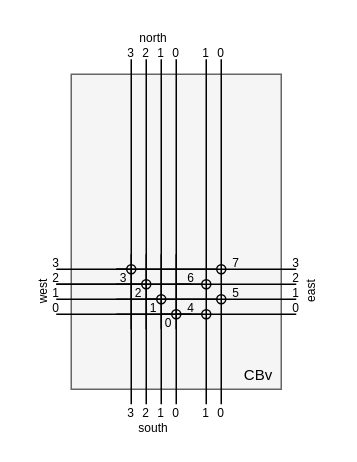
Before: architecture/CBv-architectuire.drawio in mnemocron/my-discrete-fpga, a draw.io diagram. Source tidied: cells renumbered, new cells numbered last; positions are measured from the earlier drawing's top-left corner, leaving out a move shared by most shapes. Both pictures are drawn from the tidied source at 150%, with x=0, y=0 at pixel (3, 28).
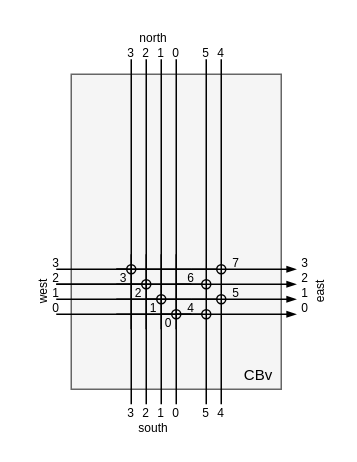
The same page after the edit.

Diff of the diagram source:
```diff
@@
-    <mxCell id="25" style="endArrow=none;html=1;rounded=0;strokeWidth=1;fontSize=10;startSize=3;endSize=3;" parent="1" edge="1">
+    <mxCell id="25" style="endArrow=blockThin;html=1;rounded=0;strokeWidth=1;fontSize=10;startSize=3;endSize=4;endFill=1;" parent="1" edge="1">
       <mxGeometry relative="1" as="geometry">
         <mxPoint x="35" y="160" as="sourcePoint" />
         <mxPoint x="195" y="160" as="targetPoint" />
       </mxGeometry>
     </mxCell>
@@
-    <mxCell id="27" style="endArrow=none;html=1;rounded=0;strokeWidth=1;fontSize=10;startSize=3;endSize=3;" parent="1" edge="1">
+    <mxCell id="27" style="endArrow=blockThin;html=1;rounded=0;strokeWidth=1;fontSize=10;startSize=3;endSize=4;endFill=1;" parent="1" edge="1">
       <mxGeometry relative="1" as="geometry">
         <mxPoint x="35" y="180" as="sourcePoint" />
         <mxPoint x="195" y="180" as="targetPoint" />
       </mxGeometry>
     </mxCell>
-    <mxCell id="28" style="endArrow=none;html=1;rounded=0;strokeWidth=1;fontSize=10;startSize=3;endSize=3;" parent="1" edge="1">
+    <mxCell id="28" style="endArrow=blockThin;html=1;rounded=0;strokeWidth=1;fontSize=10;startSize=3;endSize=4;endFill=1;" parent="1" edge="1">
       <mxGeometry relative="1" as="geometry">
         <mxPoint x="35" y="190" as="sourcePoint" />
         <mxPoint x="195" y="190" as="targetPoint" />
       </mxGeometry>
     </mxCell>
@@
-    <mxCell id="33" style="endArrow=none;html=1;rounded=0;strokeWidth=1;fontSize=10;startSize=3;endSize=3;" parent="1" edge="1">
+    <mxCell id="33" style="endArrow=blockThin;html=1;rounded=0;strokeWidth=1;fontSize=10;startSize=3;endSize=4;endFill=1;" parent="1" edge="1">
       <mxGeometry relative="1" as="geometry">
         <mxPoint x="35" y="170" as="sourcePoint" />
         <mxPoint x="195" y="170" as="targetPoint" />
       </mxGeometry>
     </mxCell>
@@
     <mxCell id="40" value="&lt;font style=&quot;font-size: 8px;&quot;&gt;3&lt;/font&gt;" style="text;html=1;strokeColor=none;fillColor=none;align=center;verticalAlign=middle;whiteSpace=wrap;rounded=0;" parent="1" vertex="1">
-      <mxGeometry x="185" y="150" width="20" height="10" as="geometry" />
+      <mxGeometry x="191.2" y="150" width="20" height="10" as="geometry" />
     </mxCell>
     <mxCell id="41" value="&lt;span style=&quot;font-size: 8px;&quot;&gt;2&lt;/span&gt;" style="text;html=1;strokeColor=none;fillColor=none;align=center;verticalAlign=middle;whiteSpace=wrap;rounded=0;" parent="1" vertex="1">
-      <mxGeometry x="185" y="160" width="20" height="10" as="geometry" />
+      <mxGeometry x="191.2" y="160" width="20" height="10" as="geometry" />
     </mxCell>
     <mxCell id="42" value="&lt;font style=&quot;font-size: 8px;&quot;&gt;1&lt;/font&gt;" style="text;html=1;strokeColor=none;fillColor=none;align=center;verticalAlign=middle;whiteSpace=wrap;rounded=0;" parent="1" vertex="1">
-      <mxGeometry x="185" y="170" width="20" height="10" as="geometry" />
+      <mxGeometry x="191.2" y="170" width="20" height="10" as="geometry" />
     </mxCell>
     <mxCell id="43" value="&lt;font style=&quot;font-size: 8px;&quot;&gt;0&lt;/font&gt;" style="text;html=1;strokeColor=none;fillColor=none;align=center;verticalAlign=middle;whiteSpace=wrap;rounded=0;" parent="1" vertex="1">
-      <mxGeometry x="185" y="180" width="20" height="10" as="geometry" />
+      <mxGeometry x="191.2" y="180" width="20" height="10" as="geometry" />
     </mxCell>
@@
-    <mxCell id="48" value="&lt;font style=&quot;font-size: 8px;&quot;&gt;1&lt;/font&gt;" style="text;html=1;strokeColor=none;fillColor=none;align=center;verticalAlign=middle;whiteSpace=wrap;rounded=0;" parent="1" vertex="1">
+    <mxCell id="48" value="&lt;font style=&quot;font-size: 8px;&quot;&gt;5&lt;/font&gt;" style="text;html=1;strokeColor=none;fillColor=none;align=center;verticalAlign=middle;whiteSpace=wrap;rounded=0;" parent="1" vertex="1">
       <mxGeometry x="125" y="10" width="20" height="10" as="geometry" />
     </mxCell>
-    <mxCell id="49" value="&lt;font style=&quot;font-size: 8px;&quot;&gt;0&lt;/font&gt;" style="text;html=1;strokeColor=none;fillColor=none;align=center;verticalAlign=middle;whiteSpace=wrap;rounded=0;" parent="1" vertex="1">
+    <mxCell id="49" value="&lt;font style=&quot;font-size: 8px;&quot;&gt;4&lt;/font&gt;" style="text;html=1;strokeColor=none;fillColor=none;align=center;verticalAlign=middle;whiteSpace=wrap;rounded=0;" parent="1" vertex="1">
       <mxGeometry x="135" y="10" width="20" height="10" as="geometry" />
     </mxCell>
-    <mxCell id="50" value="&lt;font style=&quot;font-size: 8px;&quot;&gt;0&lt;/font&gt;" style="text;html=1;strokeColor=none;fillColor=none;align=center;verticalAlign=middle;whiteSpace=wrap;rounded=0;" parent="1" vertex="1">
+    <mxCell id="50" value="&lt;font style=&quot;font-size: 8px;&quot;&gt;4&lt;/font&gt;" style="text;html=1;strokeColor=none;fillColor=none;align=center;verticalAlign=middle;whiteSpace=wrap;rounded=0;" parent="1" vertex="1">
       <mxGeometry x="135" y="250" width="20" height="10" as="geometry" />
     </mxCell>
-    <mxCell id="51" value="&lt;font style=&quot;font-size: 8px;&quot;&gt;1&lt;/font&gt;" style="text;html=1;strokeColor=none;fillColor=none;align=center;verticalAlign=middle;whiteSpace=wrap;rounded=0;" parent="1" vertex="1">
+    <mxCell id="51" value="&lt;font style=&quot;font-size: 8px;&quot;&gt;5&lt;/font&gt;" style="text;html=1;strokeColor=none;fillColor=none;align=center;verticalAlign=middle;whiteSpace=wrap;rounded=0;" parent="1" vertex="1">
       <mxGeometry x="125" y="250" width="20" height="10" as="geometry" />
     </mxCell>
@@
     <mxCell id="65" value="&lt;font style=&quot;font-size: 8px;&quot;&gt;east&lt;br&gt;&lt;/font&gt;" style="text;html=1;strokeColor=none;fillColor=none;align=center;verticalAlign=middle;whiteSpace=wrap;rounded=0;rotation=270;" parent="1" vertex="1">
-      <mxGeometry x="178.8" y="166.2" width="50" height="17.5" as="geometry" />
+      <mxGeometry x="185" y="166.2" width="50" height="17.5" as="geometry" />
     </mxCell>
```
